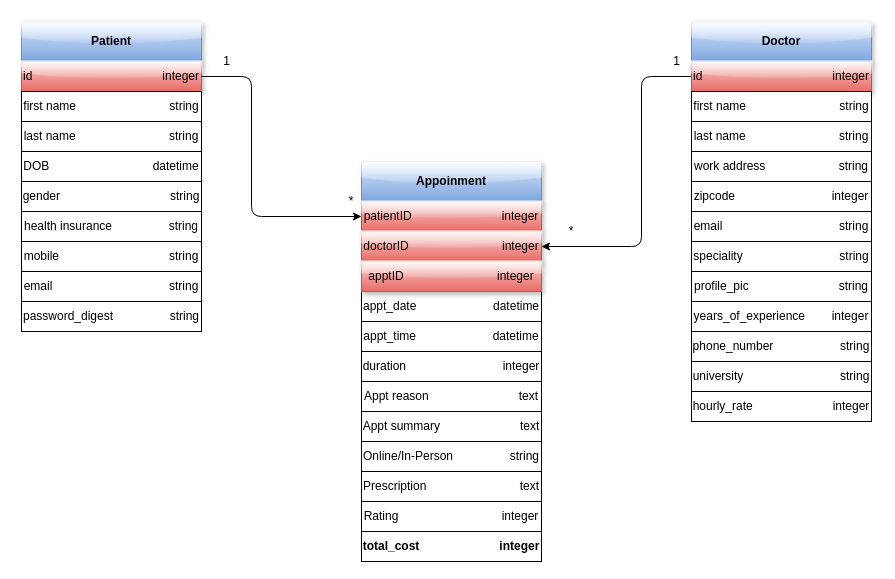
This is achitecture.drawio from kgicheha/virtual-care, a draw.io file, before an edit. Source tidied: cells renumbered, new cells numbered last; positions are measured from the earlier drawing's top-left corner, leaving out a move shared by most shapes. Both pictures are drawn from the tidied source at 100%, with x=0, y=0 at pixel (21, 21).
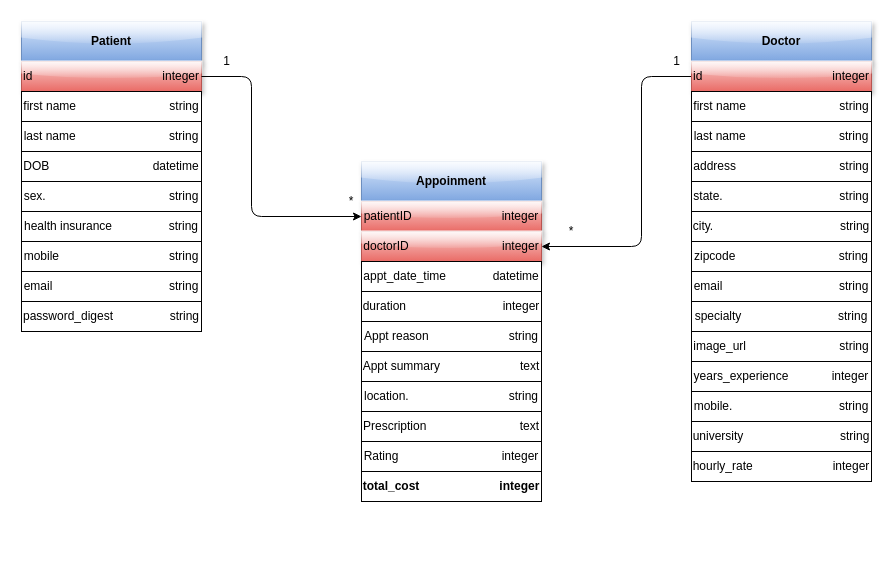
Above is the later version.

What changed in the source:
```diff
@@
-    <mxCell id="13" value="appt_date&amp;nbsp; &amp;nbsp; &amp;nbsp; &amp;nbsp; &amp;nbsp; &amp;nbsp; &amp;nbsp; &amp;nbsp; &amp;nbsp; &amp;nbsp; &amp;nbsp; &amp;nbsp;datetime" style="rounded=0;whiteSpace=wrap;html=1;" parent="1" vertex="1">
-      <mxGeometry x="340" y="270" width="180" height="30" as="geometry" />
+    <mxCell id="13" value="appt_date_time&amp;nbsp; &amp;nbsp; &amp;nbsp; &amp;nbsp; &amp;nbsp; &amp;nbsp; &amp;nbsp; datetime" style="rounded=0;whiteSpace=wrap;html=1;" parent="1" vertex="1">
+      <mxGeometry x="340" y="240" width="180" height="30" as="geometry" />
     </mxCell>
-    <mxCell id="14" value="appt_time&amp;nbsp; &amp;nbsp; &amp;nbsp; &amp;nbsp; &amp;nbsp; &amp;nbsp; &amp;nbsp; &amp;nbsp; &amp;nbsp; &amp;nbsp; &amp;nbsp; &amp;nbsp;datetime" style="rounded=0;whiteSpace=wrap;html=1;" parent="1" vertex="1">
-      <mxGeometry x="340" y="300" width="180" height="30" as="geometry" />
-    </mxCell>
-    <mxCell id="15" value="Appt reason&amp;nbsp; &amp;nbsp; &amp;nbsp; &amp;nbsp; &amp;nbsp; &amp;nbsp; &amp;nbsp; &amp;nbsp; &amp;nbsp; &amp;nbsp; &amp;nbsp; &amp;nbsp; &amp;nbsp; &amp;nbsp;text" style="rounded=0;whiteSpace=wrap;html=1;" parent="1" vertex="1">
-      <mxGeometry x="340" y="360" width="180" height="30" as="geometry" />
+    <mxCell id="15" value="Appt reason&amp;nbsp; &amp;nbsp; &amp;nbsp; &amp;nbsp; &amp;nbsp; &amp;nbsp; &amp;nbsp; &amp;nbsp; &amp;nbsp; &amp;nbsp; &amp;nbsp; &amp;nbsp; string" style="rounded=0;whiteSpace=wrap;html=1;" parent="1" vertex="1">
+      <mxGeometry x="340" y="300" width="180" height="30" as="geometry" />
     </mxCell>
     <mxCell id="16" value="Appt summary&amp;nbsp; &amp;nbsp; &amp;nbsp; &amp;nbsp; &amp;nbsp; &amp;nbsp; &amp;nbsp; &amp;nbsp; &amp;nbsp; &amp;nbsp; &amp;nbsp; &amp;nbsp; text" style="rounded=0;whiteSpace=wrap;html=1;" parent="1" vertex="1">
-      <mxGeometry x="340" y="390" width="180" height="30" as="geometry" />
+      <mxGeometry x="340" y="330" width="180" height="30" as="geometry" />
     </mxCell>
-    <mxCell id="17" value="Online/In-Person&amp;nbsp; &amp;nbsp; &amp;nbsp; &amp;nbsp; &amp;nbsp; &amp;nbsp; &amp;nbsp; &amp;nbsp; &amp;nbsp;string" style="rounded=0;whiteSpace=wrap;html=1;" parent="1" vertex="1">
-      <mxGeometry x="340" y="420" width="180" height="30" as="geometry" />
+    <mxCell id="17" value="location.&amp;nbsp; &amp;nbsp; &amp;nbsp; &amp;nbsp; &amp;nbsp; &amp;nbsp; &amp;nbsp; &amp;nbsp; &amp;nbsp; &amp;nbsp; &amp;nbsp; &amp;nbsp; &amp;nbsp; &amp;nbsp; &amp;nbsp; string" style="rounded=0;whiteSpace=wrap;html=1;" parent="1" vertex="1">
+      <mxGeometry x="340" y="360" width="180" height="30" as="geometry" />
     </mxCell>
@@
-    <mxCell id="24" value="work address&amp;nbsp; &amp;nbsp; &amp;nbsp; &amp;nbsp; &amp;nbsp; &amp;nbsp; &amp;nbsp; &amp;nbsp; &amp;nbsp; &amp;nbsp; &amp;nbsp; string" style="rounded=0;whiteSpace=wrap;html=1;" parent="1" vertex="1">
+    <mxCell id="24" value="address&amp;nbsp; &amp;nbsp; &amp;nbsp; &amp;nbsp; &amp;nbsp; &amp;nbsp; &amp;nbsp; &amp;nbsp; &amp;nbsp; &amp;nbsp; &amp;nbsp; &amp;nbsp; &amp;nbsp; &amp;nbsp; &amp;nbsp; &amp;nbsp;string" style="rounded=0;whiteSpace=wrap;html=1;" parent="1" vertex="1">
       <mxGeometry x="670" y="130" width="180" height="30" as="geometry" />
     </mxCell>
-    <mxCell id="25" value="zipcode&amp;nbsp; &amp;nbsp; &amp;nbsp; &amp;nbsp; &amp;nbsp; &amp;nbsp; &amp;nbsp; &amp;nbsp; &amp;nbsp; &amp;nbsp; &amp;nbsp; &amp;nbsp; &amp;nbsp; &amp;nbsp; &amp;nbsp;integer" style="rounded=0;whiteSpace=wrap;html=1;" parent="1" vertex="1">
-      <mxGeometry x="670" y="160" width="180" height="30" as="geometry" />
+    <mxCell id="25" value="zipcode&amp;nbsp; &amp;nbsp; &amp;nbsp; &amp;nbsp; &amp;nbsp; &amp;nbsp; &amp;nbsp; &amp;nbsp; &amp;nbsp; &amp;nbsp; &amp;nbsp; &amp;nbsp; &amp;nbsp; &amp;nbsp; &amp;nbsp; &amp;nbsp;string" style="rounded=0;whiteSpace=wrap;html=1;" parent="1" vertex="1">
+      <mxGeometry x="670" y="220" width="180" height="30" as="geometry" />
     </mxCell>
     <mxCell id="26" value="email&amp;nbsp; &amp;nbsp; &amp;nbsp; &amp;nbsp; &amp;nbsp; &amp;nbsp; &amp;nbsp; &amp;nbsp; &amp;nbsp; &amp;nbsp; &amp;nbsp; &amp;nbsp; &amp;nbsp; &amp;nbsp; &amp;nbsp; &amp;nbsp; &amp;nbsp; &amp;nbsp;string" style="rounded=0;whiteSpace=wrap;html=1;" parent="1" vertex="1">
-      <mxGeometry x="670" y="190" width="180" height="30" as="geometry" />
+      <mxGeometry x="670" y="250" width="180" height="30" as="geometry" />
     </mxCell>
-    <mxCell id="27" value="speciality&amp;nbsp; &amp;nbsp; &amp;nbsp; &amp;nbsp; &amp;nbsp; &amp;nbsp; &amp;nbsp; &amp;nbsp; &amp;nbsp; &amp;nbsp; &amp;nbsp; &amp;nbsp; &amp;nbsp; &amp;nbsp; &amp;nbsp;string" style="rounded=0;whiteSpace=wrap;html=1;" parent="1" vertex="1">
-      <mxGeometry x="670" y="220" width="180" height="30" as="geometry" />
+    <mxCell id="27" value="specialty&amp;nbsp; &amp;nbsp; &amp;nbsp; &amp;nbsp; &amp;nbsp; &amp;nbsp; &amp;nbsp; &amp;nbsp; &amp;nbsp; &amp;nbsp; &amp;nbsp; &amp;nbsp; &amp;nbsp; &amp;nbsp; &amp;nbsp;string" style="rounded=0;whiteSpace=wrap;html=1;" parent="1" vertex="1">
+      <mxGeometry x="670" y="280" width="180" height="30" as="geometry" />
     </mxCell>
-    <mxCell id="28" value="profile_pic&amp;nbsp; &amp;nbsp; &amp;nbsp; &amp;nbsp; &amp;nbsp; &amp;nbsp; &amp;nbsp; &amp;nbsp; &amp;nbsp; &amp;nbsp; &amp;nbsp; &amp;nbsp; &amp;nbsp; &amp;nbsp;string" style="rounded=0;whiteSpace=wrap;html=1;" parent="1" vertex="1">
-      <mxGeometry x="670" y="250" width="180" height="30" as="geometry" />
+    <mxCell id="28" value="image_url&amp;nbsp; &amp;nbsp; &amp;nbsp; &amp;nbsp; &amp;nbsp; &amp;nbsp; &amp;nbsp; &amp;nbsp; &amp;nbsp; &amp;nbsp; &amp;nbsp; &amp;nbsp; &amp;nbsp; &amp;nbsp; string" style="rounded=0;whiteSpace=wrap;html=1;" parent="1" vertex="1">
+      <mxGeometry x="670" y="310" width="180" height="30" as="geometry" />
     </mxCell>
-    <mxCell id="29" value="years_of_experience&amp;nbsp; &amp;nbsp; &amp;nbsp; &amp;nbsp; integer" style="rounded=0;whiteSpace=wrap;html=1;" parent="1" vertex="1">
-      <mxGeometry x="670" y="280" width="180" height="30" as="geometry" />
+    <mxCell id="29" value="years_experience&amp;nbsp; &amp;nbsp; &amp;nbsp; &amp;nbsp; &amp;nbsp; &amp;nbsp; &amp;nbsp;integer" style="rounded=0;whiteSpace=wrap;html=1;" parent="1" vertex="1">
+      <mxGeometry x="670" y="340" width="180" height="30" as="geometry" />
     </mxCell>
     <mxCell id="30" style="rounded=0;whiteSpace=wrap;html=1;" parent="1" vertex="1">
-      <mxGeometry x="340" y="480" width="180" as="geometry" />
+      <mxGeometry x="340" y="420" width="180" as="geometry" />
     </mxCell>
     <mxCell id="31" value="Rating&amp;nbsp; &amp;nbsp; &amp;nbsp; &amp;nbsp; &amp;nbsp; &amp;nbsp; &amp;nbsp; &amp;nbsp; &amp;nbsp; &amp;nbsp; &amp;nbsp; &amp;nbsp; &amp;nbsp; &amp;nbsp; &amp;nbsp; &amp;nbsp;integer" style="rounded=0;whiteSpace=wrap;html=1;" parent="1" vertex="1">
-      <mxGeometry x="340" y="480" width="180" height="30" as="geometry" />
+      <mxGeometry x="340" y="420" width="180" height="30" as="geometry" />
     </mxCell>
     <mxCell id="32" value="Prescription&amp;nbsp; &amp;nbsp; &amp;nbsp; &amp;nbsp; &amp;nbsp; &amp;nbsp; &amp;nbsp; &amp;nbsp; &amp;nbsp; &amp;nbsp; &amp;nbsp; &amp;nbsp; &amp;nbsp; &amp;nbsp; text" style="rounded=0;whiteSpace=wrap;html=1;" parent="1" vertex="1">
-      <mxGeometry x="340" y="450" width="180" height="30" as="geometry" />
+      <mxGeometry x="340" y="390" width="180" height="30" as="geometry" />
     </mxCell>
@@
-    <mxCell id="34" value="phone_number&amp;nbsp; &amp;nbsp; &amp;nbsp; &amp;nbsp; &amp;nbsp; &amp;nbsp; &amp;nbsp; &amp;nbsp; &amp;nbsp; &amp;nbsp; string" style="rounded=0;whiteSpace=wrap;html=1;" parent="1" vertex="1">
-      <mxGeometry x="670" y="310" width="180" height="30" as="geometry" />
+    <mxCell id="34" value="mobile.&amp;nbsp; &amp;nbsp; &amp;nbsp; &amp;nbsp; &amp;nbsp; &amp;nbsp; &amp;nbsp; &amp;nbsp; &amp;nbsp; &amp;nbsp; &amp;nbsp; &amp;nbsp; &amp;nbsp; &amp;nbsp; &amp;nbsp; &amp;nbsp; string" style="rounded=0;whiteSpace=wrap;html=1;" parent="1" vertex="1">
+      <mxGeometry x="670" y="370" width="180" height="30" as="geometry" />
     </mxCell>
@@
-    <mxCell id="39" value="gender&amp;nbsp; &amp;nbsp; &amp;nbsp; &amp;nbsp; &amp;nbsp; &amp;nbsp; &amp;nbsp; &amp;nbsp; &amp;nbsp; &amp;nbsp; &amp;nbsp; &amp;nbsp; &amp;nbsp; &amp;nbsp; &amp;nbsp; &amp;nbsp; &amp;nbsp;string" style="rounded=0;whiteSpace=wrap;html=1;" parent="1" vertex="1">
+    <mxCell id="39" value="sex.&amp;nbsp; &amp;nbsp; &amp;nbsp; &amp;nbsp; &amp;nbsp; &amp;nbsp; &amp;nbsp; &amp;nbsp; &amp;nbsp; &amp;nbsp; &amp;nbsp; &amp;nbsp; &amp;nbsp; &amp;nbsp; &amp;nbsp; &amp;nbsp; &amp;nbsp; &amp;nbsp; &amp;nbsp;string" style="rounded=0;whiteSpace=wrap;html=1;" parent="1" vertex="1">
       <mxGeometry y="160" width="180" height="30" as="geometry" />
     </mxCell>
     <mxCell id="40" value="university&amp;nbsp; &amp;nbsp; &amp;nbsp; &amp;nbsp; &amp;nbsp; &amp;nbsp; &amp;nbsp; &amp;nbsp; &amp;nbsp; &amp;nbsp; &amp;nbsp; &amp;nbsp; &amp;nbsp; &amp;nbsp; &amp;nbsp;string" style="rounded=0;whiteSpace=wrap;html=1;" parent="1" vertex="1">
-      <mxGeometry x="670" y="340" width="180" height="30" as="geometry" />
+      <mxGeometry x="670" y="400" width="180" height="30" as="geometry" />
     </mxCell>
@@
     <mxCell id="42" value="&lt;b&gt;total_cost&amp;nbsp; &amp;nbsp; &amp;nbsp; &amp;nbsp; &amp;nbsp; &amp;nbsp; &amp;nbsp; &amp;nbsp; &amp;nbsp; &amp;nbsp; &amp;nbsp; &amp;nbsp; integer&lt;/b&gt;" style="rounded=0;whiteSpace=wrap;html=1;" parent="1" vertex="1">
-      <mxGeometry x="340" y="510" width="180" height="30" as="geometry" />
+      <mxGeometry x="340" y="450" width="180" height="30" as="geometry" />
     </mxCell>
     <mxCell id="43" value="hourly_rate&amp;nbsp; &amp;nbsp; &amp;nbsp; &amp;nbsp; &amp;nbsp; &amp;nbsp; &amp;nbsp; &amp;nbsp; &amp;nbsp; &amp;nbsp; &amp;nbsp; &amp;nbsp; integer" style="rounded=0;whiteSpace=wrap;html=1;" parent="1" vertex="1">
-      <mxGeometry x="670" y="370" width="180" height="30" as="geometry" />
+      <mxGeometry x="670" y="430" width="180" height="30" as="geometry" />
     </mxCell>
-    <mxCell id="44" value="apptID&amp;nbsp; &amp;nbsp; &amp;nbsp; &amp;nbsp; &amp;nbsp; &amp;nbsp; &amp;nbsp; &amp;nbsp; &amp;nbsp; &amp;nbsp; &amp;nbsp; &amp;nbsp; &amp;nbsp; &amp;nbsp; integer" style="rounded=0;whiteSpace=wrap;html=1;color;red;" parent="1" vertex="1">
-      <mxGeometry x="340" y="240" width="180" height="30" as="geometry" />
-    </mxCell>
     <mxCell id="45" value="duration&amp;nbsp; &amp;nbsp; &amp;nbsp; &amp;nbsp; &amp;nbsp; &amp;nbsp; &amp;nbsp; &amp;nbsp; &amp;nbsp; &amp;nbsp; &amp;nbsp; &amp;nbsp; &amp;nbsp; &amp;nbsp; &amp;nbsp;integer" style="rounded=0;whiteSpace=wrap;html=1;" parent="1" vertex="1">
-      <mxGeometry x="340" y="330" width="180" height="30" as="geometry" />
+      <mxGeometry x="340" y="270" width="180" height="30" as="geometry" />
     </mxCell>
@@
+    <mxCell id="48" value="state.&amp;nbsp; &amp;nbsp; &amp;nbsp; &amp;nbsp; &amp;nbsp; &amp;nbsp; &amp;nbsp; &amp;nbsp; &amp;nbsp; &amp;nbsp; &amp;nbsp; &amp;nbsp; &amp;nbsp; &amp;nbsp; &amp;nbsp; &amp;nbsp; &amp;nbsp; &amp;nbsp;string" style="rounded=0;whiteSpace=wrap;html=1;" parent="1" vertex="1">
+      <mxGeometry x="670" y="160" width="180" height="30" as="geometry" />
+    </mxCell>
+    <mxCell id="49" value="city.&amp;nbsp; &amp;nbsp; &amp;nbsp; &amp;nbsp; &amp;nbsp; &amp;nbsp; &amp;nbsp; &amp;nbsp; &amp;nbsp; &amp;nbsp; &amp;nbsp; &amp;nbsp; &amp;nbsp; &amp;nbsp; &amp;nbsp; &amp;nbsp; &amp;nbsp; &amp;nbsp; &amp;nbsp; string" style="rounded=0;whiteSpace=wrap;html=1;" parent="1" vertex="1">
+      <mxGeometry x="670" y="190" width="180" height="30" as="geometry" />
+    </mxCell>
```
